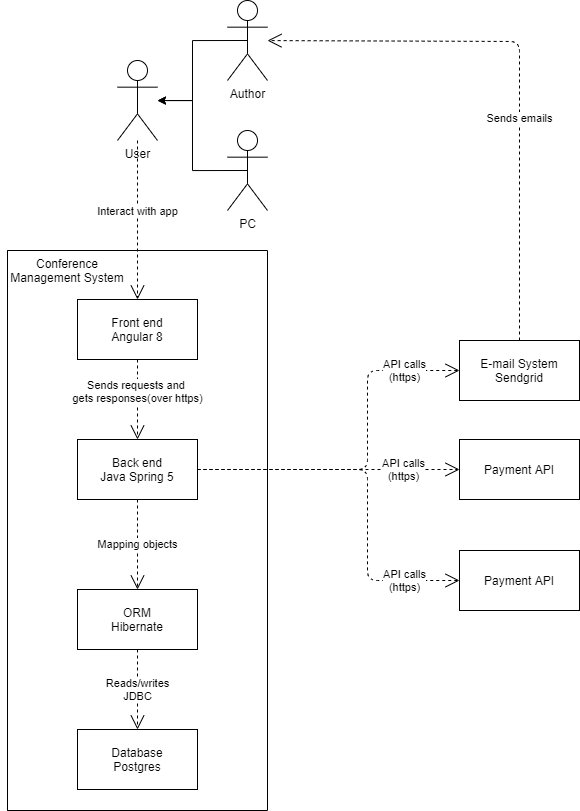
ReteganCatalin/ISS keeps this draw.io diagram as Diagrams/Architecture diagram/Architecture diagram.png. Above is the earlier version. Source tidied: cells renumbered, new cells last; positions are measured from the earlier drawing's top-left corner, leaving out a move shared by most shapes.
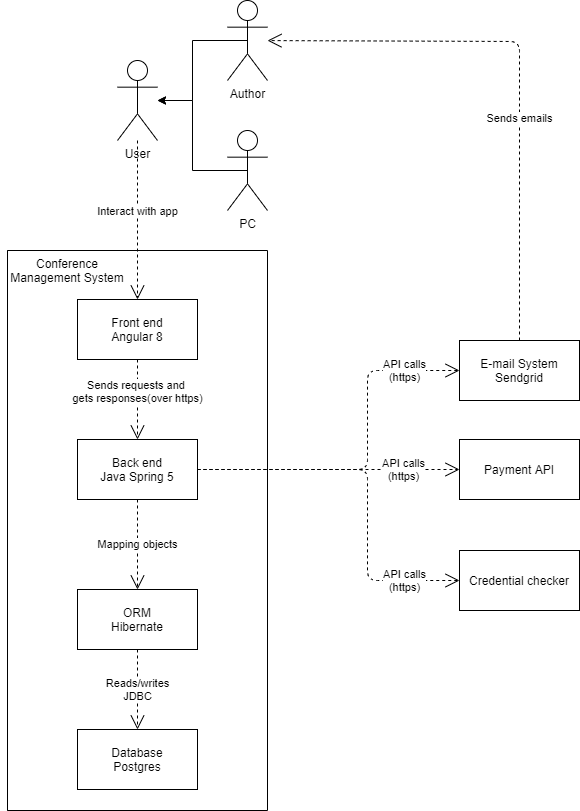
Later version of the same file.

Commit message:
minor conetent error solved

What changed in the source:
```diff
@@ -73,7 +73,7 @@
     <mxCell id="21" value="Conference Management System" style="text;html=1;strokeColor=none;fillColor=none;align=center;verticalAlign=middle;whiteSpace=wrap;rounded=0;" parent="13" vertex="1">
       <mxGeometry width="120" height="40" as="geometry" />
     </mxCell>
-    <mxCell id="22" value="Payment API" style="rounded=0;whiteSpace=wrap;html=1;" parent="1" vertex="1">
+    <mxCell id="22" value="Credential checker" style="rounded=0;whiteSpace=wrap;html=1;" parent="1" vertex="1">
       <mxGeometry x="452" y="550" width="120" height="60" as="geometry" />
     </mxCell>
     <mxCell id="23" value="API calls&lt;br&gt;(https)" style="endArrow=open;endSize=12;dashed=1;html=1;entryX=0;entryY=0.5;entryDx=0;entryDy=0;exitX=1;exitY=0.5;exitDx=0;exitDy=0;" parent="1" edge="1" source="15" target="22">
```
